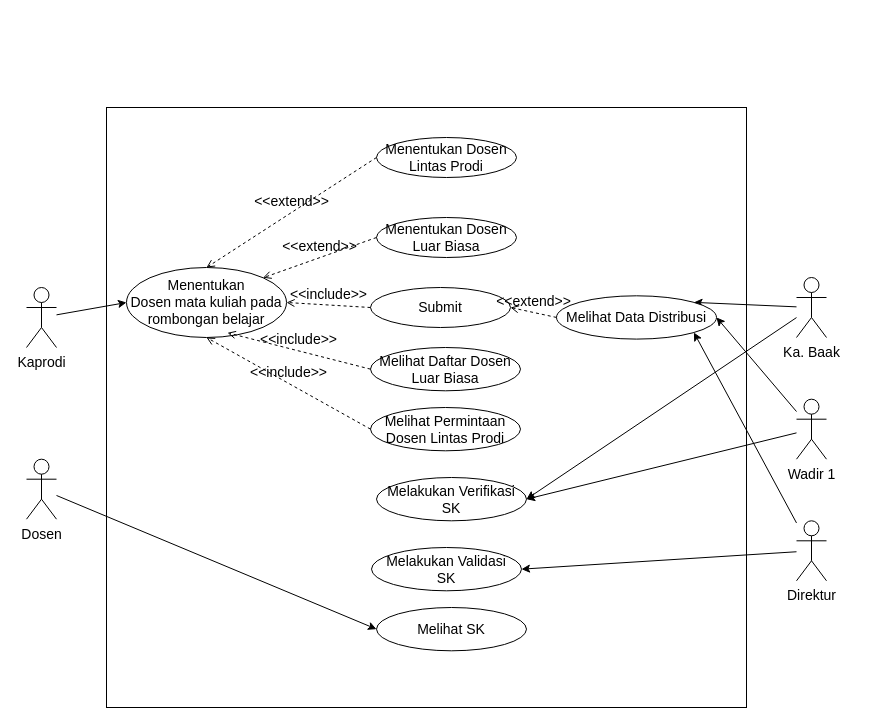
Above: page "Usecase" (1 of 4) of draw.io/UML-Distribusi.drawio in ributwiboworahayu/laporan-TA (draw.io), before the change. Source tidied: cells renumbered, new cells numbered last; positions are measured from the earlier drawing's top-left corner, leaving out a move shared by most shapes. Both pictures are drawn from the tidied source at 100%, with x=0, y=0 at pixel (26, 107).
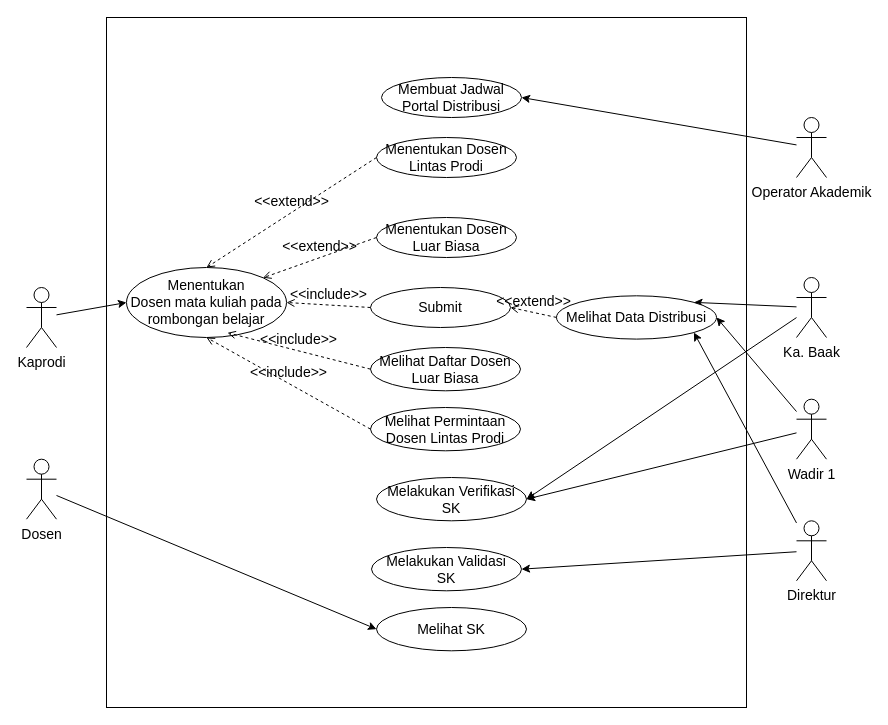
The same page after the edit.

Change to the diagram source:
```diff
@@
     <mxCell id="2" style="whiteSpace=wrap;html=1;labelBackgroundColor=none;fontSize=14;fontColor=#000000;fillColor=none;" parent="1" vertex="1">
-      <mxGeometry x="80" width="640" height="600" as="geometry" />
+      <mxGeometry x="80" y="-90" width="640" height="690" as="geometry" />
     </mxCell>
@@
+    <mxCell id="32" value="Membuat Jadwal Portal Distribusi" style="ellipse;whiteSpace=wrap;html=1;fontSize=14;" parent="1" vertex="1">
+      <mxGeometry x="355" y="-30" width="140" height="40" as="geometry" />
+    </mxCell>
+    <mxCell id="33" style="edgeStyle=none;rounded=0;jettySize=auto;html=1;entryX=1;entryY=0.5;entryDx=0;entryDy=0;" parent="1" edge="1" source="34" target="32">
+      <mxGeometry relative="1" as="geometry" />
+    </mxCell>
+    <mxCell id="34" value="Operator Akademik" style="shape=umlActor;verticalLabelPosition=bottom;verticalAlign=top;html=1;fontSize=14;" parent="1" vertex="1">
+      <mxGeometry x="770" y="10" width="30" height="60" as="geometry" />
+    </mxCell>
```
